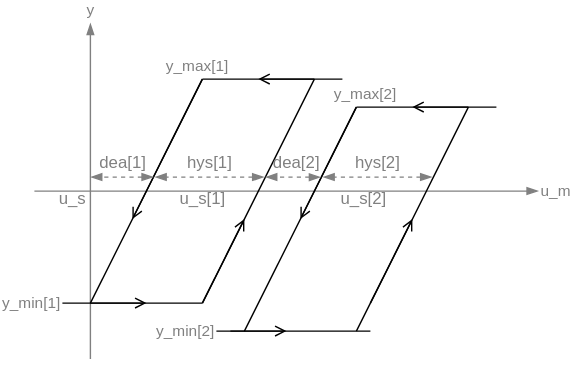
This is Buildings/Resources/Images/Applications/DHC/EnergyTransferStations/Combined/Generation5/Controls/LimPlaySequence.svg from lbl-srg/modelica-buildings, a draw.io export, as it was before one commit. Source tidied: cells renumbered, new cells last; positions are measured from the earlier drawing's top-left corner, leaving out a move shared by most shapes. The source it was exported from:
```xml
<mxGraphModel>
  <root>
    <mxCell id="0" />
    <mxCell id="1" parent="0" />
    <mxCell id="2" value="u_m" style="endArrow=blockThin;html=1;endFill=1;labelPosition=right;verticalLabelPosition=middle;align=left;verticalAlign=middle;strokeColor=#808080;fontColor=#808080;" parent="1" edge="1">
      <mxGeometry x="1" relative="1" as="geometry">
        <mxPoint y="120" as="sourcePoint" />
        <mxPoint x="360" y="120" as="targetPoint" />
      </mxGeometry>
    </mxCell>
    <mxCell id="3" value="y" style="endArrow=blockThin;html=1;endFill=1;labelPosition=center;verticalLabelPosition=top;align=center;verticalAlign=bottom;strokeColor=#808080;fontColor=#808080;" parent="1" edge="1">
      <mxGeometry x="1" relative="1" as="geometry">
        <mxPoint x="40" y="240" as="sourcePoint" />
        <mxPoint x="40" as="targetPoint" />
      </mxGeometry>
    </mxCell>
    <mxCell id="4" style="endArrow=none;html=1;fontColor=#808080;" parent="1" edge="1">
      <mxGeometry relative="1" as="geometry">
        <mxPoint x="40" y="200" as="sourcePoint" />
        <mxPoint x="120" y="40" as="targetPoint" />
      </mxGeometry>
    </mxCell>
    <mxCell id="5" style="endArrow=none;html=1;fontColor=#808080;" parent="1" edge="1">
      <mxGeometry relative="1" as="geometry">
        <mxPoint x="120" y="200" as="sourcePoint" />
        <mxPoint x="200" y="40" as="targetPoint" />
      </mxGeometry>
    </mxCell>
    <mxCell id="6" value="y_max[1]" style="endArrow=none;html=1;labelPosition=left;verticalLabelPosition=top;align=right;verticalAlign=bottom;fontColor=#808080;" parent="1" edge="1">
      <mxGeometry x="-0.6" relative="1" as="geometry">
        <mxPoint x="120" y="40" as="sourcePoint" />
        <mxPoint x="220" y="40" as="targetPoint" />
      </mxGeometry>
    </mxCell>
    <mxCell id="7" value="y_min[1]" style="endArrow=none;html=1;labelPosition=left;verticalLabelPosition=middle;align=right;verticalAlign=middle;fontColor=#808080;" parent="1" edge="1">
      <mxGeometry x="-1" relative="1" as="geometry">
        <mxPoint x="20" y="200" as="sourcePoint" />
        <mxPoint x="120" y="200" as="targetPoint" />
      </mxGeometry>
    </mxCell>
    <mxCell id="8" value="u_s" style="text;html=1;align=center;verticalAlign=middle;fontColor=#808080;" parent="1" vertex="1">
      <mxGeometry x="12" y="116" width="30" height="20" as="geometry" />
    </mxCell>
    <mxCell id="9" style="endArrow=blockThin;dashed=1;html=1;strokeColor=#808080;fontColor=#808080;startArrow=blockThin;startFill=1;endFill=1;" parent="1" edge="1">
      <mxGeometry relative="1" as="geometry">
        <mxPoint x="164" y="110" as="sourcePoint" />
        <mxPoint x="86" y="110" as="targetPoint" />
      </mxGeometry>
    </mxCell>
    <mxCell id="10" value="hys[1]" style="text;html=1;align=center;verticalAlign=middle;fontColor=#808080;" parent="1" vertex="1">
      <mxGeometry x="100" y="90" width="50" height="20" as="geometry" />
    </mxCell>
    <mxCell id="11" style="endArrow=none;html=1;labelPosition=right;verticalLabelPosition=bottom;align=left;verticalAlign=top;fontColor=#808080;startArrow=open;startFill=0;" parent="1" edge="1">
      <mxGeometry x="1" y="10" relative="1" as="geometry">
        <mxPoint x="80" y="200" as="sourcePoint" />
        <mxPoint x="40" y="200" as="targetPoint" />
      </mxGeometry>
    </mxCell>
    <mxCell id="12" style="endArrow=none;html=1;labelPosition=right;verticalLabelPosition=bottom;align=left;verticalAlign=top;fontColor=#808080;startArrow=open;startFill=0;" parent="1" edge="1">
      <mxGeometry x="1" y="10" relative="1" as="geometry">
        <mxPoint x="70" y="140" as="sourcePoint" />
        <mxPoint x="120" y="40" as="targetPoint" />
      </mxGeometry>
    </mxCell>
    <mxCell id="13" style="endArrow=none;html=1;labelPosition=right;verticalLabelPosition=bottom;align=left;verticalAlign=top;fontColor=#808080;startArrow=open;startFill=0;" parent="1" edge="1">
      <mxGeometry x="1" y="10" relative="1" as="geometry">
        <mxPoint x="160" y="40" as="sourcePoint" />
        <mxPoint x="200" y="40" as="targetPoint" />
      </mxGeometry>
    </mxCell>
    <mxCell id="14" style="endArrow=none;html=1;labelPosition=right;verticalLabelPosition=bottom;align=left;verticalAlign=top;fontColor=#808080;startArrow=open;startFill=0;" parent="1" edge="1">
      <mxGeometry x="1" y="10" relative="1" as="geometry">
        <mxPoint x="150" y="140" as="sourcePoint" />
        <mxPoint x="120" y="200" as="targetPoint" />
      </mxGeometry>
    </mxCell>
    <mxCell id="15" value="u_s[1]" style="text;html=1;align=center;verticalAlign=middle;fontColor=#808080;" parent="1" vertex="1">
      <mxGeometry x="95" y="116" width="50" height="20" as="geometry" />
    </mxCell>
    <mxCell id="16" style="endArrow=none;html=1;fontColor=#808080;" parent="1" edge="1">
      <mxGeometry relative="1" as="geometry">
        <mxPoint x="150" y="220" as="sourcePoint" />
        <mxPoint x="230" y="60" as="targetPoint" />
      </mxGeometry>
    </mxCell>
    <mxCell id="17" style="endArrow=none;html=1;fontColor=#808080;" parent="1" edge="1">
      <mxGeometry relative="1" as="geometry">
        <mxPoint x="240" y="200" as="sourcePoint" />
        <mxPoint x="310" y="60" as="targetPoint" />
      </mxGeometry>
    </mxCell>
    <mxCell id="18" value="y_max[2]" style="endArrow=none;html=1;labelPosition=left;verticalLabelPosition=top;align=right;verticalAlign=bottom;fontColor=#808080;" parent="1" edge="1">
      <mxGeometry x="-0.4" relative="1" as="geometry">
        <mxPoint x="230" y="60" as="sourcePoint" />
        <mxPoint x="330" y="60" as="targetPoint" />
      </mxGeometry>
    </mxCell>
    <mxCell id="19" value="y_min[2]" style="endArrow=none;html=1;labelPosition=left;verticalLabelPosition=middle;align=right;verticalAlign=middle;fontColor=#808080;" parent="1" edge="1">
      <mxGeometry x="-1" relative="1" as="geometry">
        <mxPoint x="130" y="220" as="sourcePoint" />
        <mxPoint x="240" y="220" as="targetPoint" />
      </mxGeometry>
    </mxCell>
    <mxCell id="20" style="endArrow=blockThin;dashed=1;html=1;strokeColor=#808080;fontColor=#808080;startArrow=blockThin;startFill=1;endFill=1;" parent="1" edge="1">
      <mxGeometry relative="1" as="geometry">
        <mxPoint x="284" y="110" as="sourcePoint" />
        <mxPoint x="206" y="110" as="targetPoint" />
      </mxGeometry>
    </mxCell>
    <mxCell id="21" value="hys[2]" style="text;html=1;align=center;verticalAlign=middle;fontColor=#808080;" parent="1" vertex="1">
      <mxGeometry x="220" y="90" width="50" height="20" as="geometry" />
    </mxCell>
    <mxCell id="22" style="endArrow=none;html=1;labelPosition=right;verticalLabelPosition=bottom;align=left;verticalAlign=top;fontColor=#808080;startArrow=open;startFill=0;" parent="1" edge="1">
      <mxGeometry x="1" y="10" relative="1" as="geometry">
        <mxPoint x="180" y="220" as="sourcePoint" />
        <mxPoint x="140" y="220" as="targetPoint" />
      </mxGeometry>
    </mxCell>
    <mxCell id="23" style="endArrow=none;html=1;labelPosition=right;verticalLabelPosition=bottom;align=left;verticalAlign=top;fontColor=#808080;startArrow=open;startFill=0;" parent="1" edge="1">
      <mxGeometry x="1" y="10" relative="1" as="geometry">
        <mxPoint x="190" y="140" as="sourcePoint" />
        <mxPoint x="230" y="60" as="targetPoint" />
      </mxGeometry>
    </mxCell>
    <mxCell id="24" style="endArrow=none;html=1;labelPosition=right;verticalLabelPosition=bottom;align=left;verticalAlign=top;fontColor=#808080;startArrow=open;startFill=0;" parent="1" edge="1">
      <mxGeometry x="1" y="10" relative="1" as="geometry">
        <mxPoint x="270" y="60" as="sourcePoint" />
        <mxPoint x="310" y="60" as="targetPoint" />
      </mxGeometry>
    </mxCell>
    <mxCell id="25" style="endArrow=none;html=1;labelPosition=right;verticalLabelPosition=bottom;align=left;verticalAlign=top;fontColor=#808080;startArrow=open;startFill=0;" parent="1" edge="1">
      <mxGeometry x="1" y="10" relative="1" as="geometry">
        <mxPoint x="270" y="140" as="sourcePoint" />
        <mxPoint x="230" y="220" as="targetPoint" />
      </mxGeometry>
    </mxCell>
    <mxCell id="26" value="u_s[2]" style="text;html=1;align=center;verticalAlign=middle;fontColor=#808080;" parent="1" vertex="1">
      <mxGeometry x="210" y="116" width="50" height="20" as="geometry" />
    </mxCell>
    <mxCell id="27" style="endArrow=blockThin;dashed=1;html=1;strokeColor=#808080;fontColor=#808080;startArrow=blockThin;startFill=1;endFill=1;" parent="1" edge="1">
      <mxGeometry relative="1" as="geometry">
        <mxPoint x="85" y="110" as="sourcePoint" />
        <mxPoint x="40" y="110" as="targetPoint" />
      </mxGeometry>
    </mxCell>
    <mxCell id="28" value="dea[1]" style="text;html=1;align=center;verticalAlign=middle;fontColor=#808080;" parent="1" vertex="1">
      <mxGeometry x="38" y="90" width="50" height="20" as="geometry" />
    </mxCell>
    <mxCell id="29" value="dea[2]" style="text;html=1;align=center;verticalAlign=middle;points=[];fontColor=#808080;" parent="1" vertex="1">
      <mxGeometry x="162" y="90" width="50" height="20" as="geometry" />
    </mxCell>
    <mxCell id="30" style="endArrow=blockThin;dashed=1;html=1;strokeColor=#808080;fontColor=#808080;startArrow=blockThin;startFill=1;endFill=1;exitX=0.851;exitY=1.002;exitDx=0;exitDy=0;exitPerimeter=0;" parent="1" edge="1" source="29">
      <mxGeometry relative="1" as="geometry">
        <mxPoint x="165" y="110" as="targetPoint" />
      </mxGeometry>
    </mxCell>
  </root>
</mxGraphModel>
```
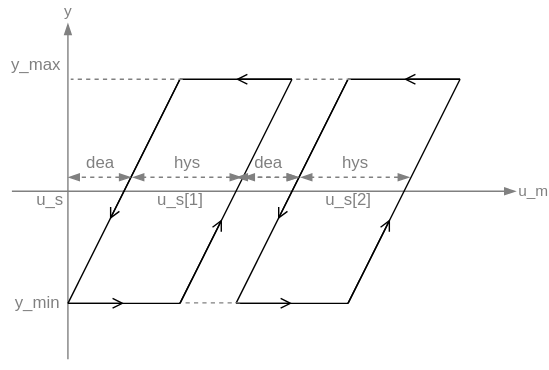
After the commit.

The edit, as a diff of the source:
```diff
@@ -26,15 +26,15 @@
         <mxPoint x="200" y="40" as="targetPoint" />
       </mxGeometry>
     </mxCell>
-    <mxCell id="6" value="y_max[1]" style="endArrow=none;html=1;labelPosition=left;verticalLabelPosition=top;align=right;verticalAlign=bottom;fontColor=#808080;" parent="1" edge="1">
+    <mxCell id="6" style="endArrow=none;html=1;labelPosition=left;verticalLabelPosition=top;align=right;verticalAlign=bottom;fontColor=#808080;" parent="1" edge="1">
       <mxGeometry x="-0.6" relative="1" as="geometry">
         <mxPoint x="120" y="40" as="sourcePoint" />
-        <mxPoint x="220" y="40" as="targetPoint" />
+        <mxPoint x="200" y="40" as="targetPoint" />
       </mxGeometry>
     </mxCell>
-    <mxCell id="7" value="y_min[1]" style="endArrow=none;html=1;labelPosition=left;verticalLabelPosition=middle;align=right;verticalAlign=middle;fontColor=#808080;" parent="1" edge="1">
+    <mxCell id="7" style="endArrow=none;html=1;labelPosition=left;verticalLabelPosition=middle;align=right;verticalAlign=middle;fontColor=#808080;" parent="1" edge="1">
       <mxGeometry x="-1" relative="1" as="geometry">
-        <mxPoint x="20" y="200" as="sourcePoint" />
+        <mxPoint x="40" y="200" as="sourcePoint" />
         <mxPoint x="120" y="200" as="targetPoint" />
       </mxGeometry>
     </mxCell>
@@ -47,8 +47,8 @@
         <mxPoint x="86" y="110" as="targetPoint" />
       </mxGeometry>
     </mxCell>
-    <mxCell id="10" value="hys[1]" style="text;html=1;align=center;verticalAlign=middle;fontColor=#808080;" parent="1" vertex="1">
-      <mxGeometry x="100" y="90" width="50" height="20" as="geometry" />
+    <mxCell id="10" value="hys" style="text;html=1;align=center;verticalAlign=middle;fontColor=#808080;" parent="1" vertex="1">
+      <mxGeometry x="110" y="90" width="30" height="20" as="geometry" />
     </mxCell>
     <mxCell id="11" style="endArrow=none;html=1;labelPosition=right;verticalLabelPosition=bottom;align=left;verticalAlign=top;fontColor=#808080;startArrow=open;startFill=0;" parent="1" edge="1">
       <mxGeometry x="1" y="10" relative="1" as="geometry">
@@ -77,82 +77,113 @@
     <mxCell id="15" value="u_s[1]" style="text;html=1;align=center;verticalAlign=middle;fontColor=#808080;" parent="1" vertex="1">
       <mxGeometry x="95" y="116" width="50" height="20" as="geometry" />
     </mxCell>
-    <mxCell id="16" style="endArrow=none;html=1;fontColor=#808080;" parent="1" edge="1">
+    <mxCell id="16" style="endArrow=blockThin;dashed=1;html=1;strokeColor=#808080;fontColor=#808080;startArrow=blockThin;startFill=1;endFill=1;" parent="1" edge="1">
       <mxGeometry relative="1" as="geometry">
-        <mxPoint x="150" y="220" as="sourcePoint" />
-        <mxPoint x="230" y="60" as="targetPoint" />
+        <mxPoint x="85" y="110" as="sourcePoint" />
+        <mxPoint x="40" y="110" as="targetPoint" />
       </mxGeometry>
     </mxCell>
-    <mxCell id="17" style="endArrow=none;html=1;fontColor=#808080;" parent="1" edge="1">
-      <mxGeometry relative="1" as="geometry">
-        <mxPoint x="240" y="200" as="sourcePoint" />
-        <mxPoint x="310" y="60" as="targetPoint" />
-      </mxGeometry>
+    <mxCell id="17" value="dea" style="text;html=1;align=center;verticalAlign=middle;fontColor=#808080;" parent="1" vertex="1">
+      <mxGeometry x="43" y="90" width="40" height="20" as="geometry" />
     </mxCell>
-    <mxCell id="18" value="y_max[2]" style="endArrow=none;html=1;labelPosition=left;verticalLabelPosition=top;align=right;verticalAlign=bottom;fontColor=#808080;" parent="1" edge="1">
-      <mxGeometry x="-0.4" relative="1" as="geometry">
-        <mxPoint x="230" y="60" as="sourcePoint" />
-        <mxPoint x="330" y="60" as="targetPoint" />
+    <mxCell id="18" style="endArrow=blockThin;dashed=1;html=1;strokeColor=#808080;fontColor=#808080;startArrow=blockThin;startFill=1;endFill=1;exitX=0.851;exitY=1.002;exitDx=0;exitDy=0;exitPerimeter=0;" parent="1" edge="1">
+      <mxGeometry relative="1" as="geometry">
+        <mxPoint x="204.6" y="110" as="sourcePoint" />
+        <mxPoint x="165" y="110" as="targetPoint" />
       </mxGeometry>
     </mxCell>
-    <mxCell id="19" value="y_min[2]" style="endArrow=none;html=1;labelPosition=left;verticalLabelPosition=middle;align=right;verticalAlign=middle;fontColor=#808080;" parent="1" edge="1">
-      <mxGeometry x="-1" relative="1" as="geometry">
-        <mxPoint x="130" y="220" as="sourcePoint" />
-        <mxPoint x="240" y="220" as="targetPoint" />
-      </mxGeometry>
+    <mxCell id="19" value="y_max" style="text;html=1;align=center;verticalAlign=middle;fontColor=#808080;" parent="1" vertex="1">
+      <mxGeometry x="-8" y="20" width="50" height="20" as="geometry" />
     </mxCell>
-    <mxCell id="20" style="endArrow=blockThin;dashed=1;html=1;strokeColor=#808080;fontColor=#808080;startArrow=blockThin;startFill=1;endFill=1;" parent="1" edge="1">
+    <mxCell id="20" style="endArrow=none;dashed=1;html=1;strokeColor=#808080;fontColor=#808080;startArrow=none;startFill=0;endFill=0;" parent="1" edge="1">
       <mxGeometry relative="1" as="geometry">
-        <mxPoint x="284" y="110" as="sourcePoint" />
-        <mxPoint x="206" y="110" as="targetPoint" />
+        <mxPoint x="122" y="40" as="sourcePoint" />
+        <mxPoint x="42" y="40" as="targetPoint" />
       </mxGeometry>
     </mxCell>
-    <mxCell id="21" value="hys[2]" style="text;html=1;align=center;verticalAlign=middle;fontColor=#808080;" parent="1" vertex="1">
-      <mxGeometry x="220" y="90" width="50" height="20" as="geometry" />
+    <mxCell id="21" value="y_min" style="text;html=1;align=center;verticalAlign=middle;fontColor=#808080;" parent="1" vertex="1">
+      <mxGeometry x="-7" y="190" width="50" height="20" as="geometry" />
     </mxCell>
-    <mxCell id="22" style="endArrow=none;html=1;labelPosition=right;verticalLabelPosition=bottom;align=left;verticalAlign=top;fontColor=#808080;startArrow=open;startFill=0;" parent="1" edge="1">
-      <mxGeometry x="1" y="10" relative="1" as="geometry">
-        <mxPoint x="180" y="220" as="sourcePoint" />
-        <mxPoint x="140" y="220" as="targetPoint" />
+    <mxCell id="22" style="endArrow=none;html=1;fontColor=#808080;" parent="1" edge="1">
+      <mxGeometry relative="1" as="geometry">
+        <mxPoint x="160" y="200" as="sourcePoint" />
+        <mxPoint x="240" y="40" as="targetPoint" />
       </mxGeometry>
     </mxCell>
-    <mxCell id="23" style="endArrow=none;html=1;labelPosition=right;verticalLabelPosition=bottom;align=left;verticalAlign=top;fontColor=#808080;startArrow=open;startFill=0;" parent="1" edge="1">
-      <mxGeometry x="1" y="10" relative="1" as="geometry">
-        <mxPoint x="190" y="140" as="sourcePoint" />
-        <mxPoint x="230" y="60" as="targetPoint" />
+    <mxCell id="23" style="endArrow=none;html=1;fontColor=#808080;" parent="1" edge="1">
+      <mxGeometry relative="1" as="geometry">
+        <mxPoint x="240" y="200" as="sourcePoint" />
+        <mxPoint x="320" y="40" as="targetPoint" />
       </mxGeometry>
     </mxCell>
-    <mxCell id="24" style="endArrow=none;html=1;labelPosition=right;verticalLabelPosition=bottom;align=left;verticalAlign=top;fontColor=#808080;startArrow=open;startFill=0;" parent="1" edge="1">
-      <mxGeometry x="1" y="10" relative="1" as="geometry">
-        <mxPoint x="270" y="60" as="sourcePoint" />
-        <mxPoint x="310" y="60" as="targetPoint" />
+    <mxCell id="24" style="endArrow=none;html=1;labelPosition=left;verticalLabelPosition=top;align=right;verticalAlign=bottom;fontColor=#808080;" parent="1" edge="1">
+      <mxGeometry x="-0.6" relative="1" as="geometry">
+        <mxPoint x="240" y="40" as="sourcePoint" />
+        <mxPoint x="320" y="40" as="targetPoint" />
       </mxGeometry>
     </mxCell>
-    <mxCell id="25" style="endArrow=none;html=1;labelPosition=right;verticalLabelPosition=bottom;align=left;verticalAlign=top;fontColor=#808080;startArrow=open;startFill=0;" parent="1" edge="1">
-      <mxGeometry x="1" y="10" relative="1" as="geometry">
-        <mxPoint x="270" y="140" as="sourcePoint" />
-        <mxPoint x="230" y="220" as="targetPoint" />
+    <mxCell id="25" style="endArrow=none;html=1;labelPosition=left;verticalLabelPosition=middle;align=right;verticalAlign=middle;fontColor=#808080;" parent="1" edge="1">
+      <mxGeometry x="-1" relative="1" as="geometry">
+        <mxPoint x="160" y="200" as="sourcePoint" />
+        <mxPoint x="240" y="200" as="targetPoint" />
       </mxGeometry>
     </mxCell>
-    <mxCell id="26" value="u_s[2]" style="text;html=1;align=center;verticalAlign=middle;fontColor=#808080;" parent="1" vertex="1">
-      <mxGeometry x="210" y="116" width="50" height="20" as="geometry" />
+    <mxCell id="26" style="endArrow=blockThin;dashed=1;html=1;strokeColor=#808080;fontColor=#808080;startArrow=blockThin;startFill=1;endFill=1;" parent="1" edge="1">
+      <mxGeometry relative="1" as="geometry">
+        <mxPoint x="284" y="110" as="sourcePoint" />
+        <mxPoint x="206" y="110" as="targetPoint" />
+      </mxGeometry>
     </mxCell>
-    <mxCell id="27" style="endArrow=blockThin;dashed=1;html=1;strokeColor=#808080;fontColor=#808080;startArrow=blockThin;startFill=1;endFill=1;" parent="1" edge="1">
-      <mxGeometry relative="1" as="geometry">
-        <mxPoint x="85" y="110" as="sourcePoint" />
-        <mxPoint x="40" y="110" as="targetPoint" />
-      </mxGeometry>
+    <mxCell id="27" value="hys" style="text;html=1;align=center;verticalAlign=middle;fontColor=#808080;" parent="1" vertex="1">
+      <mxGeometry x="230" y="90" width="30" height="20" as="geometry" />
     </mxCell>
-    <mxCell id="28" value="dea[1]" style="text;html=1;align=center;verticalAlign=middle;fontColor=#808080;" parent="1" vertex="1">
-      <mxGeometry x="38" y="90" width="50" height="20" as="geometry" />
+    <mxCell id="28" style="endArrow=none;html=1;labelPosition=right;verticalLabelPosition=bottom;align=left;verticalAlign=top;fontColor=#808080;startArrow=open;startFill=0;" parent="1" edge="1">
+      <mxGeometry x="1" y="10" relative="1" as="geometry">
+        <mxPoint x="200" y="200" as="sourcePoint" />
+        <mxPoint x="160" y="200" as="targetPoint" />
+      </mxGeometry>
     </mxCell>
-    <mxCell id="29" value="dea[2]" style="text;html=1;align=center;verticalAlign=middle;points=[];fontColor=#808080;" parent="1" vertex="1">
-      <mxGeometry x="162" y="90" width="50" height="20" as="geometry" />
+    <mxCell id="29" style="endArrow=none;html=1;labelPosition=right;verticalLabelPosition=bottom;align=left;verticalAlign=top;fontColor=#808080;startArrow=open;startFill=0;" parent="1" edge="1">
+      <mxGeometry x="1" y="10" relative="1" as="geometry">
+        <mxPoint x="190" y="140" as="sourcePoint" />
+        <mxPoint x="240" y="40" as="targetPoint" />
+      </mxGeometry>
     </mxCell>
-    <mxCell id="30" style="endArrow=blockThin;dashed=1;html=1;strokeColor=#808080;fontColor=#808080;startArrow=blockThin;startFill=1;endFill=1;exitX=0.851;exitY=1.002;exitDx=0;exitDy=0;exitPerimeter=0;" parent="1" edge="1" source="29">
-      <mxGeometry relative="1" as="geometry">
-        <mxPoint x="165" y="110" as="targetPoint" />
+    <mxCell id="30" style="endArrow=none;html=1;labelPosition=right;verticalLabelPosition=bottom;align=left;verticalAlign=top;fontColor=#808080;startArrow=open;startFill=0;" parent="1" edge="1">
+      <mxGeometry x="1" y="10" relative="1" as="geometry">
+        <mxPoint x="280" y="40" as="sourcePoint" />
+        <mxPoint x="320" y="40" as="targetPoint" />
       </mxGeometry>
     </mxCell>
+    <mxCell id="31" style="endArrow=none;html=1;labelPosition=right;verticalLabelPosition=bottom;align=left;verticalAlign=top;fontColor=#808080;startArrow=open;startFill=0;" parent="1" edge="1">
+      <mxGeometry x="1" y="10" relative="1" as="geometry">
+        <mxPoint x="270" y="140" as="sourcePoint" />
+        <mxPoint x="240" y="200" as="targetPoint" />
+      </mxGeometry>
+    </mxCell>
+    <mxCell id="32" value="u_s[2]" style="text;html=1;align=center;verticalAlign=middle;fontColor=#808080;" parent="1" vertex="1">
+      <mxGeometry x="215" y="116" width="50" height="20" as="geometry" />
+    </mxCell>
+    <mxCell id="33" style="endArrow=blockThin;dashed=1;html=1;strokeColor=#808080;fontColor=#808080;startArrow=blockThin;startFill=1;endFill=1;" parent="1" edge="1">
+      <mxGeometry relative="1" as="geometry">
+        <mxPoint x="205" y="110" as="sourcePoint" />
+        <mxPoint x="160" y="110" as="targetPoint" />
+      </mxGeometry>
+    </mxCell>
+    <mxCell id="34" value="dea" style="text;html=1;align=center;verticalAlign=middle;fontColor=#808080;" parent="1" vertex="1">
+      <mxGeometry x="163" y="90" width="40" height="20" as="geometry" />
+    </mxCell>
+    <mxCell id="35" style="endArrow=none;dashed=1;html=1;strokeColor=#808080;fontColor=#808080;startArrow=none;startFill=0;endFill=0;" parent="1" edge="1">
+      <mxGeometry relative="1" as="geometry">
+        <mxPoint x="242" y="40" as="sourcePoint" />
+        <mxPoint x="200" y="40" as="targetPoint" />
+      </mxGeometry>
+    </mxCell>
+    <mxCell id="36" style="endArrow=none;dashed=1;html=1;strokeColor=#808080;fontColor=#808080;startArrow=none;startFill=0;endFill=0;" parent="1" edge="1">
+      <mxGeometry relative="1" as="geometry">
+        <mxPoint x="163" y="199.7" as="sourcePoint" />
+        <mxPoint x="121" y="199.7" as="targetPoint" />
+      </mxGeometry>
+    </mxCell>
   </root>
 </mxGraphModel>
```
